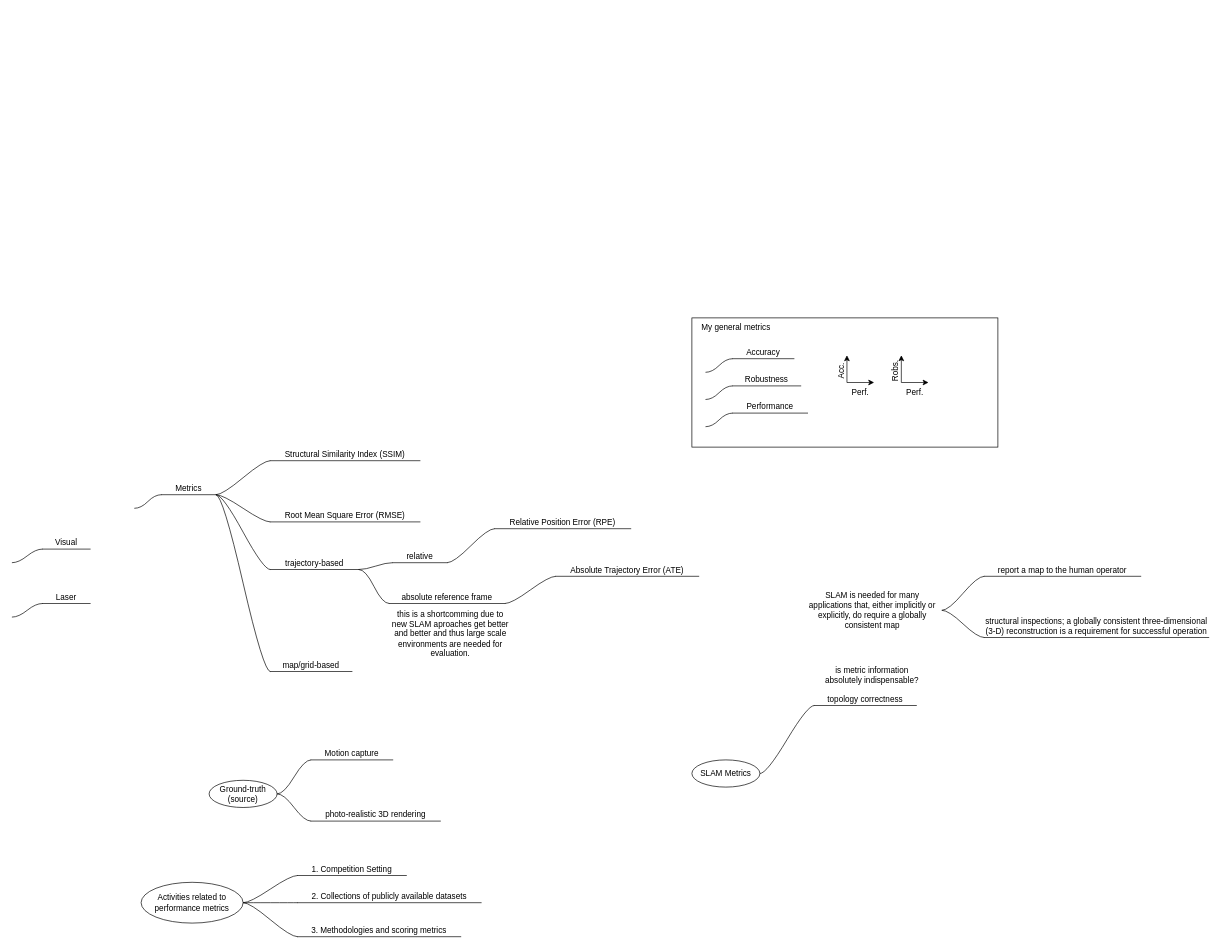
Earlier version of the draw.io diagram page "metrics" (4 of 6) of research-and-develpment-feature-descriptors.drawio (harleylara/research-and-development-ws23). Source tidied: cells renumbered, new cells numbered last; positions are measured from the earlier drawing's top-left corner, leaving out a move shared by most shapes. Both pictures are drawn from the tidied source at 68%, with x=0, y=0 at pixel (12, 318).
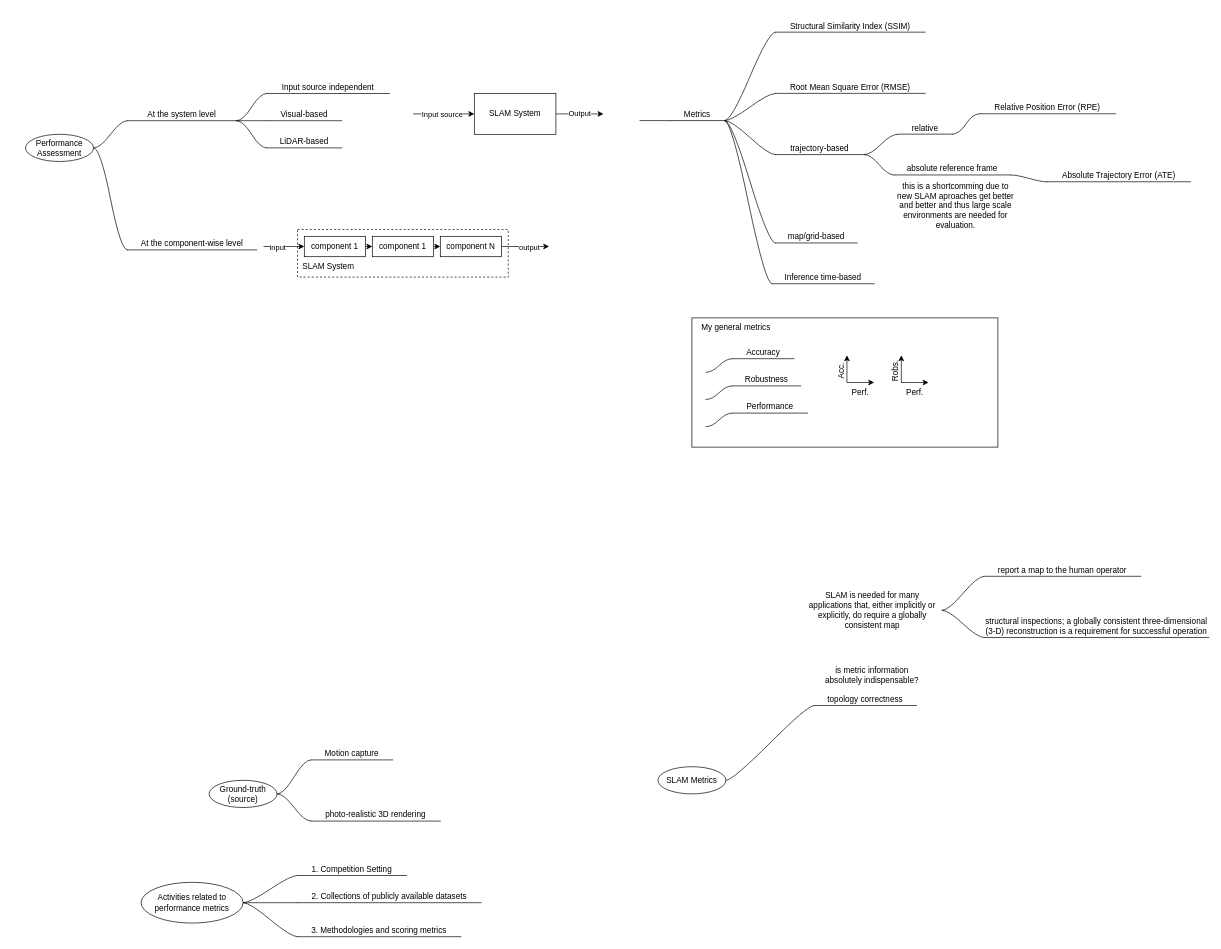
The same diagram, later.

Commit message (it also covers changes not shown here):
add performance notes

Diff of the diagram source:
```diff
@@
     <mxCell id="3" value="Metrics" style="whiteSpace=wrap;html=1;shape=partialRectangle;top=0;left=0;bottom=1;right=0;points=[[0,1],[1,1]];fillColor=none;align=center;verticalAlign=bottom;routingCenterY=0.5;snapToPoint=1;newEdgeStyle={&quot;edgeStyle&quot;:&quot;entityRelationEdgeStyle&quot;,&quot;startArrow&quot;:&quot;none&quot;,&quot;endArrow&quot;:&quot;none&quot;,&quot;segment&quot;:10,&quot;curved&quot;:1,&quot;sourcePerimeterSpacing&quot;:0,&quot;targetPerimeterSpacing&quot;:0};" parent="1" vertex="1">
-      <mxGeometry x="220" y="230" width="80" height="30" as="geometry" />
+      <mxGeometry x="968" y="-320.2" width="80" height="30" as="geometry" />
     </mxCell>
     <mxCell id="4" style="edgeStyle=entityRelationEdgeStyle;startArrow=none;endArrow=none;segment=10;curved=1;sourcePerimeterSpacing=0;targetPerimeterSpacing=0;rounded=0;" parent="1" edge="1" target="3">
       <mxGeometry relative="1" as="geometry">
-        <mxPoint x="180" y="280" as="sourcePoint" />
+        <mxPoint x="923" y="-290.2" as="sourcePoint" />
       </mxGeometry>
     </mxCell>
     <mxCell id="5" value="Structural Similarity Index (SSIM)" style="whiteSpace=wrap;html=1;shape=partialRectangle;top=0;left=0;bottom=1;right=0;points=[[0,1],[1,1]];fillColor=none;align=center;verticalAlign=bottom;routingCenterY=0.5;snapToPoint=1;newEdgeStyle={&quot;edgeStyle&quot;:&quot;entityRelationEdgeStyle&quot;,&quot;startArrow&quot;:&quot;none&quot;,&quot;endArrow&quot;:&quot;none&quot;,&quot;segment&quot;:10,&quot;curved&quot;:1,&quot;sourcePerimeterSpacing&quot;:0,&quot;targetPerimeterSpacing&quot;:0};" parent="1" vertex="1">
-      <mxGeometry x="380" y="180" width="220" height="30" as="geometry" />
+      <mxGeometry x="1123" y="-450.2" width="220" height="30" as="geometry" />
     </mxCell>
@@
     <mxCell id="7" value="Root Mean Square Error (RMSE)" style="whiteSpace=wrap;html=1;shape=partialRectangle;top=0;left=0;bottom=1;right=0;points=[[0,1],[1,1]];fillColor=none;align=center;verticalAlign=bottom;routingCenterY=0.5;snapToPoint=1;newEdgeStyle={&quot;edgeStyle&quot;:&quot;entityRelationEdgeStyle&quot;,&quot;startArrow&quot;:&quot;none&quot;,&quot;endArrow&quot;:&quot;none&quot;,&quot;segment&quot;:10,&quot;curved&quot;:1,&quot;sourcePerimeterSpacing&quot;:0,&quot;targetPerimeterSpacing&quot;:0};" parent="1" vertex="1">
-      <mxGeometry x="380" y="270" width="220" height="30" as="geometry" />
+      <mxGeometry x="1123" y="-360.2" width="220" height="30" as="geometry" />
     </mxCell>
@@
     <mxCell id="11" value="trajectory-based" style="whiteSpace=wrap;html=1;shape=partialRectangle;top=0;left=0;bottom=1;right=0;points=[[0,1],[1,1]];fillColor=none;align=center;verticalAlign=bottom;routingCenterY=0.5;snapToPoint=1;newEdgeStyle={&quot;edgeStyle&quot;:&quot;entityRelationEdgeStyle&quot;,&quot;startArrow&quot;:&quot;none&quot;,&quot;endArrow&quot;:&quot;none&quot;,&quot;segment&quot;:10,&quot;curved&quot;:1,&quot;sourcePerimeterSpacing&quot;:0,&quot;targetPerimeterSpacing&quot;:0};" parent="1" vertex="1">
-      <mxGeometry x="380" y="340" width="130" height="30" as="geometry" />
+      <mxGeometry x="1123" y="-270.2" width="130" height="30" as="geometry" />
     </mxCell>
@@
     <mxCell id="13" value="map/grid-based" style="whiteSpace=wrap;html=1;shape=partialRectangle;top=0;left=0;bottom=1;right=0;points=[[0,1],[1,1]];fillColor=none;align=center;verticalAlign=bottom;routingCenterY=0.5;snapToPoint=1;newEdgeStyle={&quot;edgeStyle&quot;:&quot;entityRelationEdgeStyle&quot;,&quot;startArrow&quot;:&quot;none&quot;,&quot;endArrow&quot;:&quot;none&quot;,&quot;segment&quot;:10,&quot;curved&quot;:1,&quot;sourcePerimeterSpacing&quot;:0,&quot;targetPerimeterSpacing&quot;:0};" parent="1" vertex="1">
-      <mxGeometry x="380" y="490" width="120" height="30" as="geometry" />
+      <mxGeometry x="1123" y="-140.2" width="120" height="30" as="geometry" />
     </mxCell>
@@
     <mxCell id="15" value="relative" style="whiteSpace=wrap;html=1;shape=partialRectangle;top=0;left=0;bottom=1;right=0;points=[[0,1],[1,1]];fillColor=none;align=center;verticalAlign=bottom;routingCenterY=0.5;snapToPoint=1;newEdgeStyle={&quot;edgeStyle&quot;:&quot;entityRelationEdgeStyle&quot;,&quot;startArrow&quot;:&quot;none&quot;,&quot;endArrow&quot;:&quot;none&quot;,&quot;segment&quot;:10,&quot;curved&quot;:1,&quot;sourcePerimeterSpacing&quot;:0,&quot;targetPerimeterSpacing&quot;:0};" parent="1" vertex="1">
-      <mxGeometry x="560" y="330" width="80" height="30" as="geometry" />
+      <mxGeometry x="1303" y="-300.2" width="80" height="30" as="geometry" />
     </mxCell>
@@
     <mxCell id="17" value="absolute reference frame" style="whiteSpace=wrap;html=1;shape=partialRectangle;top=0;left=0;bottom=1;right=0;points=[[0,1],[1,1]];fillColor=none;align=center;verticalAlign=bottom;routingCenterY=0.5;snapToPoint=1;newEdgeStyle={&quot;edgeStyle&quot;:&quot;entityRelationEdgeStyle&quot;,&quot;startArrow&quot;:&quot;none&quot;,&quot;endArrow&quot;:&quot;none&quot;,&quot;segment&quot;:10,&quot;curved&quot;:1,&quot;sourcePerimeterSpacing&quot;:0,&quot;targetPerimeterSpacing&quot;:0};" parent="1" vertex="1">
-      <mxGeometry x="555" y="390" width="170" height="30" as="geometry" />
+      <mxGeometry x="1298" y="-240.2" width="170" height="30" as="geometry" />
     </mxCell>
@@
     <mxCell id="19" value="this is a shortcomming due to new SLAM aproaches get better and better&amp;nbsp;and thus large scale environments are needed for evaluation." style="text;html=1;strokeColor=none;fillColor=none;align=center;verticalAlign=middle;whiteSpace=wrap;rounded=0;" parent="1" vertex="1">
-      <mxGeometry x="555" y="430" width="180" height="70" as="geometry" />
+      <mxGeometry x="1298" y="-200.2" width="180" height="70" as="geometry" />
     </mxCell>
-    <mxCell id="20" value="Visual" style="whiteSpace=wrap;html=1;shape=partialRectangle;top=0;left=0;bottom=1;right=0;points=[[0,1],[1,1]];fillColor=none;align=center;verticalAlign=bottom;routingCenterY=0.5;snapToPoint=1;newEdgeStyle={&quot;edgeStyle&quot;:&quot;entityRelationEdgeStyle&quot;,&quot;startArrow&quot;:&quot;none&quot;,&quot;endArrow&quot;:&quot;none&quot;,&quot;segment&quot;:10,&quot;curved&quot;:1,&quot;sourcePerimeterSpacing&quot;:0,&quot;targetPerimeterSpacing&quot;:0};" parent="1" vertex="1">
-      <mxGeometry x="45" y="310" width="70" height="30" as="geometry" />
-    </mxCell>
-    <mxCell id="21" style="edgeStyle=entityRelationEdgeStyle;startArrow=none;endArrow=none;segment=10;curved=1;sourcePerimeterSpacing=0;targetPerimeterSpacing=0;rounded=0;" parent="1" edge="1" target="20">
-      <mxGeometry relative="1" as="geometry">
-        <mxPoint y="360" as="sourcePoint" />
-      </mxGeometry>
-    </mxCell>
-    <mxCell id="22" value="Laser" style="whiteSpace=wrap;html=1;shape=partialRectangle;top=0;left=0;bottom=1;right=0;points=[[0,1],[1,1]];fillColor=none;align=center;verticalAlign=bottom;routingCenterY=0.5;snapToPoint=1;newEdgeStyle={&quot;edgeStyle&quot;:&quot;entityRelationEdgeStyle&quot;,&quot;startArrow&quot;:&quot;none&quot;,&quot;endArrow&quot;:&quot;none&quot;,&quot;segment&quot;:10,&quot;curved&quot;:1,&quot;sourcePerimeterSpacing&quot;:0,&quot;targetPerimeterSpacing&quot;:0};" parent="1" vertex="1">
-      <mxGeometry x="45" y="390" width="70" height="30" as="geometry" />
-    </mxCell>
-    <mxCell id="23" style="edgeStyle=entityRelationEdgeStyle;startArrow=none;endArrow=none;segment=10;curved=1;sourcePerimeterSpacing=0;targetPerimeterSpacing=0;rounded=0;" parent="1" edge="1" target="22">
-      <mxGeometry relative="1" as="geometry">
-        <mxPoint y="440" as="sourcePoint" />
-      </mxGeometry>
-    </mxCell>
@@
     <mxCell id="26" value="Absolute Trajectory Error (ATE)" style="whiteSpace=wrap;html=1;shape=partialRectangle;top=0;left=0;bottom=1;right=0;points=[[0,1],[1,1]];fillColor=none;align=center;verticalAlign=bottom;routingCenterY=0.5;snapToPoint=1;newEdgeStyle={&quot;edgeStyle&quot;:&quot;entityRelationEdgeStyle&quot;,&quot;startArrow&quot;:&quot;none&quot;,&quot;endArrow&quot;:&quot;none&quot;,&quot;segment&quot;:10,&quot;curved&quot;:1,&quot;sourcePerimeterSpacing&quot;:0,&quot;targetPerimeterSpacing&quot;:0};" parent="1" vertex="1">
-      <mxGeometry x="800" y="350" width="210" height="30" as="geometry" />
+      <mxGeometry x="1523" y="-230.2" width="210" height="30" as="geometry" />
     </mxCell>
@@
     <mxCell id="28" value="Relative Position Error (RPE)" style="whiteSpace=wrap;html=1;shape=partialRectangle;top=0;left=0;bottom=1;right=0;points=[[0,1],[1,1]];fillColor=none;align=center;verticalAlign=bottom;routingCenterY=0.5;snapToPoint=1;newEdgeStyle={&quot;edgeStyle&quot;:&quot;entityRelationEdgeStyle&quot;,&quot;startArrow&quot;:&quot;none&quot;,&quot;endArrow&quot;:&quot;none&quot;,&quot;segment&quot;:10,&quot;curved&quot;:1,&quot;sourcePerimeterSpacing&quot;:0,&quot;targetPerimeterSpacing&quot;:0};" parent="1" vertex="1">
-      <mxGeometry x="710" y="280" width="200" height="30" as="geometry" />
+      <mxGeometry x="1423" y="-330.2" width="200" height="30" as="geometry" />
     </mxCell>
@@
     <mxCell id="53" value="SLAM Metrics" style="ellipse;whiteSpace=wrap;html=1;align=center;newEdgeStyle={&quot;edgeStyle&quot;:&quot;entityRelationEdgeStyle&quot;,&quot;startArrow&quot;:&quot;none&quot;,&quot;endArrow&quot;:&quot;none&quot;,&quot;segment&quot;:10,&quot;curved&quot;:1,&quot;sourcePerimeterSpacing&quot;:0,&quot;targetPerimeterSpacing&quot;:0};" parent="1" vertex="1">
-      <mxGeometry x="1000" y="650" width="100" height="40" as="geometry" />
+      <mxGeometry x="950" y="660" width="100" height="40" as="geometry" />
     </mxCell>
@@
+    <mxCell id="62" style="rounded=0;whiteSpace=wrap;html=1;fillColor=none;dashed=1;" parent="1" vertex="1">
+      <mxGeometry x="420" y="-130" width="310" height="70" as="geometry" />
+    </mxCell>
+    <mxCell id="63" value="Performance Assessment" style="ellipse;whiteSpace=wrap;html=1;align=center;newEdgeStyle={&quot;edgeStyle&quot;:&quot;entityRelationEdgeStyle&quot;,&quot;startArrow&quot;:&quot;none&quot;,&quot;endArrow&quot;:&quot;none&quot;,&quot;segment&quot;:10,&quot;curved&quot;:1,&quot;sourcePerimeterSpacing&quot;:0,&quot;targetPerimeterSpacing&quot;:0};" parent="1" vertex="1">
+      <mxGeometry x="20" y="-270" width="100" height="40" as="geometry" />
+    </mxCell>
+    <mxCell id="64" value="At the system level" style="whiteSpace=wrap;html=1;shape=partialRectangle;top=0;left=0;bottom=1;right=0;points=[[0,1],[1,1]];fillColor=none;align=center;verticalAlign=bottom;routingCenterY=0.5;snapToPoint=1;newEdgeStyle={&quot;edgeStyle&quot;:&quot;entityRelationEdgeStyle&quot;,&quot;startArrow&quot;:&quot;none&quot;,&quot;endArrow&quot;:&quot;none&quot;,&quot;segment&quot;:10,&quot;curved&quot;:1,&quot;sourcePerimeterSpacing&quot;:0,&quot;targetPerimeterSpacing&quot;:0};" parent="1" vertex="1">
+      <mxGeometry x="170" y="-320" width="160" height="30" as="geometry" />
+    </mxCell>
+    <mxCell id="65" style="edgeStyle=entityRelationEdgeStyle;startArrow=none;endArrow=none;segment=10;curved=1;sourcePerimeterSpacing=0;targetPerimeterSpacing=0;rounded=0;exitX=1;exitY=0.5;exitDx=0;exitDy=0;" parent="1" edge="1" source="63" target="64">
+      <mxGeometry relative="1" as="geometry" />
+    </mxCell>
+    <mxCell id="66" value="At the component-wise level" style="whiteSpace=wrap;html=1;shape=partialRectangle;top=0;left=0;bottom=1;right=0;points=[[0,1],[1,1]];fillColor=none;align=center;verticalAlign=bottom;routingCenterY=0.5;snapToPoint=1;newEdgeStyle={&quot;edgeStyle&quot;:&quot;entityRelationEdgeStyle&quot;,&quot;startArrow&quot;:&quot;none&quot;,&quot;endArrow&quot;:&quot;none&quot;,&quot;segment&quot;:10,&quot;curved&quot;:1,&quot;sourcePerimeterSpacing&quot;:0,&quot;targetPerimeterSpacing&quot;:0};" parent="1" vertex="1">
+      <mxGeometry x="170" y="-130" width="190" height="30" as="geometry" />
+    </mxCell>
+    <mxCell id="67" style="edgeStyle=entityRelationEdgeStyle;startArrow=none;endArrow=none;segment=10;curved=1;sourcePerimeterSpacing=0;targetPerimeterSpacing=0;rounded=0;exitX=1;exitY=0.5;exitDx=0;exitDy=0;" parent="1" edge="1" source="63" target="66">
+      <mxGeometry relative="1" as="geometry" />
+    </mxCell>
+    <mxCell id="68" value="Input source independent" style="whiteSpace=wrap;html=1;shape=partialRectangle;top=0;left=0;bottom=1;right=0;points=[[0,1],[1,1]];fillColor=none;align=center;verticalAlign=bottom;routingCenterY=0.5;snapToPoint=1;newEdgeStyle={&quot;edgeStyle&quot;:&quot;entityRelationEdgeStyle&quot;,&quot;startArrow&quot;:&quot;none&quot;,&quot;endArrow&quot;:&quot;none&quot;,&quot;segment&quot;:10,&quot;curved&quot;:1,&quot;sourcePerimeterSpacing&quot;:0,&quot;targetPerimeterSpacing&quot;:0};" parent="1" vertex="1">
+      <mxGeometry x="375" y="-360" width="180" height="30" as="geometry" />
+    </mxCell>
+    <mxCell id="69" style="edgeStyle=entityRelationEdgeStyle;startArrow=none;endArrow=none;segment=10;curved=1;sourcePerimeterSpacing=0;targetPerimeterSpacing=0;rounded=0;exitX=1;exitY=1;exitDx=0;exitDy=0;" parent="1" edge="1" source="64" target="68">
+      <mxGeometry relative="1" as="geometry" />
+    </mxCell>
+    <mxCell id="70" value="Visual-based" style="whiteSpace=wrap;html=1;shape=partialRectangle;top=0;left=0;bottom=1;right=0;points=[[0,1],[1,1]];fillColor=none;align=center;verticalAlign=bottom;routingCenterY=0.5;snapToPoint=1;newEdgeStyle={&quot;edgeStyle&quot;:&quot;entityRelationEdgeStyle&quot;,&quot;startArrow&quot;:&quot;none&quot;,&quot;endArrow&quot;:&quot;none&quot;,&quot;segment&quot;:10,&quot;curved&quot;:1,&quot;sourcePerimeterSpacing&quot;:0,&quot;targetPerimeterSpacing&quot;:0};" parent="1" vertex="1">
+      <mxGeometry x="375" y="-320" width="110" height="30" as="geometry" />
+    </mxCell>
+    <mxCell id="71" style="edgeStyle=entityRelationEdgeStyle;startArrow=none;endArrow=none;segment=10;curved=1;sourcePerimeterSpacing=0;targetPerimeterSpacing=0;rounded=0;exitX=1;exitY=1;exitDx=0;exitDy=0;" parent="1" edge="1" source="64" target="70">
+      <mxGeometry relative="1" as="geometry" />
+    </mxCell>
+    <mxCell id="72" value="LiDAR-based" style="whiteSpace=wrap;html=1;shape=partialRectangle;top=0;left=0;bottom=1;right=0;points=[[0,1],[1,1]];fillColor=none;align=center;verticalAlign=bottom;routingCenterY=0.5;snapToPoint=1;newEdgeStyle={&quot;edgeStyle&quot;:&quot;entityRelationEdgeStyle&quot;,&quot;startArrow&quot;:&quot;none&quot;,&quot;endArrow&quot;:&quot;none&quot;,&quot;segment&quot;:10,&quot;curved&quot;:1,&quot;sourcePerimeterSpacing&quot;:0,&quot;targetPerimeterSpacing&quot;:0};" parent="1" vertex="1">
+      <mxGeometry x="375" y="-280" width="110" height="30" as="geometry" />
+    </mxCell>
+    <mxCell id="73" style="edgeStyle=entityRelationEdgeStyle;startArrow=none;endArrow=none;segment=10;curved=1;sourcePerimeterSpacing=0;targetPerimeterSpacing=0;rounded=0;exitX=1;exitY=1;exitDx=0;exitDy=0;" parent="1" edge="1" source="64" target="72">
+      <mxGeometry relative="1" as="geometry" />
+    </mxCell>
+    <mxCell id="74" style="rounded=0;jettySize=auto;html=1;exitX=1;exitY=0.5;exitDx=0;exitDy=0;" parent="1" edge="1" source="76">
+      <mxGeometry relative="1" as="geometry">
+        <mxPoint x="870" y="-300" as="targetPoint" />
+      </mxGeometry>
+    </mxCell>
+    <mxCell id="75" value="Output" style="edgeLabel;html=1;align=center;verticalAlign=middle;" parent="74" vertex="1">
+      <mxGeometry x="-0.03" y="1" relative="1" as="geometry" />
+    </mxCell>
+    <mxCell id="76" value="SLAM System" style="rounded=0;whiteSpace=wrap;html=1;" parent="1" vertex="1">
+      <mxGeometry x="680" y="-330" width="120" height="60" as="geometry" />
+    </mxCell>
+    <mxCell id="77" style="endArrow=classic;html=1;rounded=0;entryX=0;entryY=0.5;entryDx=0;entryDy=0;" parent="1" edge="1" target="76">
+      <mxGeometry relative="1" as="geometry">
+        <mxPoint x="590" y="-300" as="sourcePoint" />
+      </mxGeometry>
+    </mxCell>
+    <mxCell id="78" value="Input source" style="edgeLabel;html=1;align=center;verticalAlign=middle;" parent="77" vertex="1">
+      <mxGeometry x="-0.51" y="2" relative="1" as="geometry">
+        <mxPoint x="20" y="2" as="offset" />
+      </mxGeometry>
+    </mxCell>
+    <mxCell id="79" style="edgeStyle=none;rounded=0;jettySize=auto;html=1;exitX=1;exitY=0.5;exitDx=0;exitDy=0;entryX=0;entryY=0.5;entryDx=0;entryDy=0;" parent="1" edge="1" source="80" target="82">
+      <mxGeometry relative="1" as="geometry" />
+    </mxCell>
+    <mxCell id="80" value="component 1" style="rounded=0;whiteSpace=wrap;html=1;" parent="1" vertex="1">
+      <mxGeometry x="430" y="-120" width="90" height="30" as="geometry" />
+    </mxCell>
+    <mxCell id="81" style="edgeStyle=none;rounded=0;jettySize=auto;html=1;exitX=1;exitY=0.5;exitDx=0;exitDy=0;entryX=0;entryY=0.5;entryDx=0;entryDy=0;" parent="1" edge="1" source="82" target="85">
+      <mxGeometry relative="1" as="geometry" />
+    </mxCell>
+    <mxCell id="82" value="component 1" style="rounded=0;whiteSpace=wrap;html=1;" parent="1" vertex="1">
+      <mxGeometry x="530" y="-120" width="90" height="30" as="geometry" />
+    </mxCell>
+    <mxCell id="83" style="edgeStyle=none;rounded=0;jettySize=auto;html=1;exitX=1;exitY=0.5;exitDx=0;exitDy=0;" parent="1" edge="1" source="85">
+      <mxGeometry relative="1" as="geometry">
+        <mxPoint x="790" y="-105" as="targetPoint" />
+      </mxGeometry>
+    </mxCell>
+    <mxCell id="84" value="output" style="edgeLabel;html=1;align=center;verticalAlign=middle;" parent="83" vertex="1">
+      <mxGeometry x="-0.25" y="1" relative="1" as="geometry">
+        <mxPoint x="14" y="1" as="offset" />
+      </mxGeometry>
+    </mxCell>
+    <mxCell id="85" value="component N" style="rounded=0;whiteSpace=wrap;html=1;" parent="1" vertex="1">
+      <mxGeometry x="630" y="-120" width="90" height="30" as="geometry" />
+    </mxCell>
+    <mxCell id="86" value="SLAM System" style="text;html=1;strokeColor=none;fillColor=none;align=center;verticalAlign=middle;whiteSpace=wrap;rounded=0;" parent="1" vertex="1">
+      <mxGeometry x="417.5" y="-90" width="95" height="30" as="geometry" />
+    </mxCell>
+    <mxCell id="87" style="endArrow=classic;html=1;rounded=0;entryX=0;entryY=0.5;entryDx=0;entryDy=0;" parent="1" edge="1" target="80">
+      <mxGeometry relative="1" as="geometry">
+        <mxPoint x="370" y="-105" as="sourcePoint" />
+      </mxGeometry>
+    </mxCell>
+    <mxCell id="88" value="input" style="edgeLabel;html=1;align=center;verticalAlign=middle;" parent="87" vertex="1">
+      <mxGeometry x="0.06" relative="1" as="geometry">
+        <mxPoint x="-12" as="offset" />
+      </mxGeometry>
+    </mxCell>
+    <mxCell id="89" value="Inference time-based" style="whiteSpace=wrap;html=1;shape=partialRectangle;top=0;left=0;bottom=1;right=0;points=[[0,1],[1,1]];fillColor=none;align=center;verticalAlign=bottom;routingCenterY=0.5;snapToPoint=1;newEdgeStyle={&quot;edgeStyle&quot;:&quot;entityRelationEdgeStyle&quot;,&quot;startArrow&quot;:&quot;none&quot;,&quot;endArrow&quot;:&quot;none&quot;,&quot;segment&quot;:10,&quot;curved&quot;:1,&quot;sourcePerimeterSpacing&quot;:0,&quot;targetPerimeterSpacing&quot;:0};" parent="1" vertex="1">
+      <mxGeometry x="1118" y="-80.2" width="150" height="30" as="geometry" />
+    </mxCell>
+    <mxCell id="90" style="edgeStyle=entityRelationEdgeStyle;startArrow=none;endArrow=none;segment=10;curved=1;sourcePerimeterSpacing=0;targetPerimeterSpacing=0;rounded=0;exitX=1;exitY=1;exitDx=0;exitDy=0;" parent="1" edge="1" source="3" target="89">
+      <mxGeometry relative="1" as="geometry" />
+    </mxCell>
```
